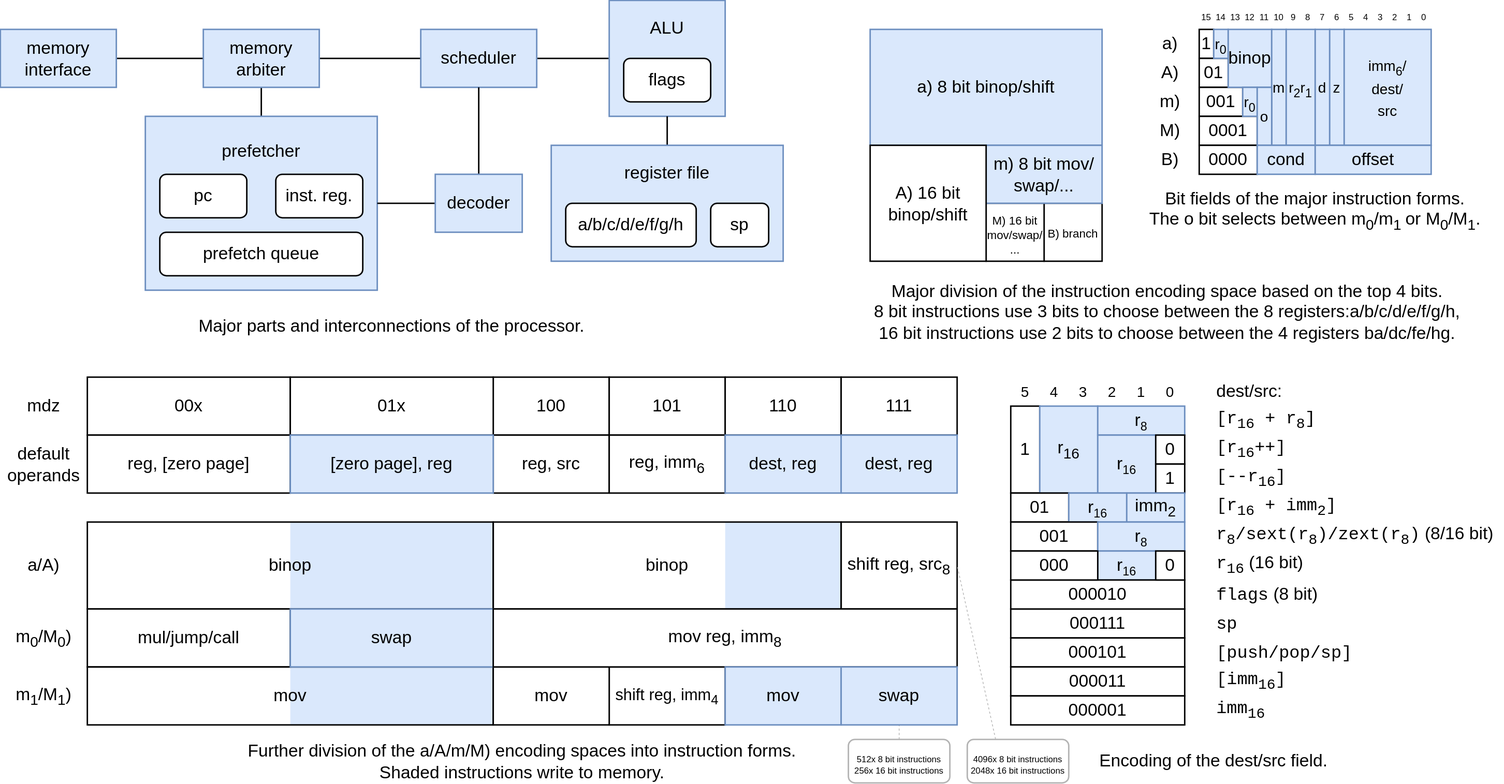
The draw.io diagram docs/combined.svg in toivoh/tt07-basilisc-2816-cpu, before a commit. Source tidied: cells renumbered, new cells last; positions are measured from the earlier drawing's top-left corner, leaving out a move shared by most shapes.
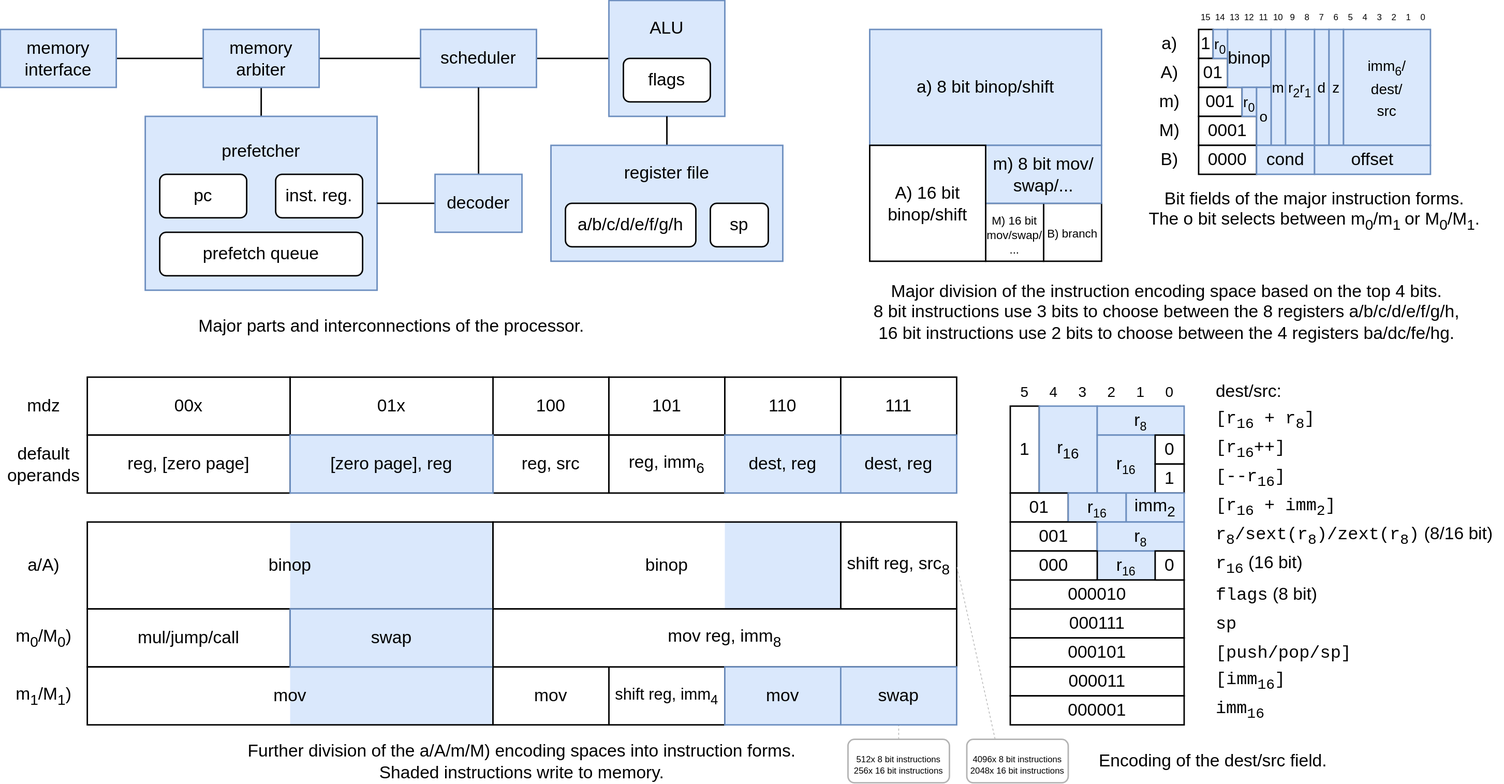
Above is the later version.

What changed in the source:
```diff
@@ -29,7 +29,7 @@
     <mxCell id="10" value="A) 16 bit binop/shift" style="rounded=0;whiteSpace=wrap;html=1;" parent="1" vertex="1">
       <mxGeometry x="600" y="100" width="80" height="80" as="geometry" />
     </mxCell>
-    <mxCell id="11" value="Major division of the instruction encoding space based on the top 4 bits.&lt;div&gt;8 bit instructions use 3 bits to choose between the 8 registers:a/b/c/d/e/f/g/h,&lt;/div&gt;&lt;div&gt;16 bit instructions use 2 bits to choose between the 4 registers ba/dc/fe/hg.&lt;/div&gt;" style="text;html=1;align=center;verticalAlign=middle;whiteSpace=wrap;rounded=0;" parent="1" vertex="1">
+    <mxCell id="11" value="Major division of the instruction encoding space based on the top 4 bits.&lt;div&gt;8 bit instructions use 3 bits to choose between the 8 registers a/b/c/d/e/f/g/h,&lt;/div&gt;&lt;div&gt;16 bit instructions use 2 bits to choose between the 4 registers ba/dc/fe/hg.&lt;/div&gt;" style="text;html=1;align=center;verticalAlign=middle;whiteSpace=wrap;rounded=0;" parent="1" vertex="1">
       <mxGeometry x="600" y="190" width="410" height="50" as="geometry" />
     </mxCell>
     <mxCell id="12" value="&lt;font style=&quot;font-size: 12px;&quot;&gt;100&lt;/font&gt;" style="rounded=0;whiteSpace=wrap;html=1;" parent="1" vertex="1">
```
